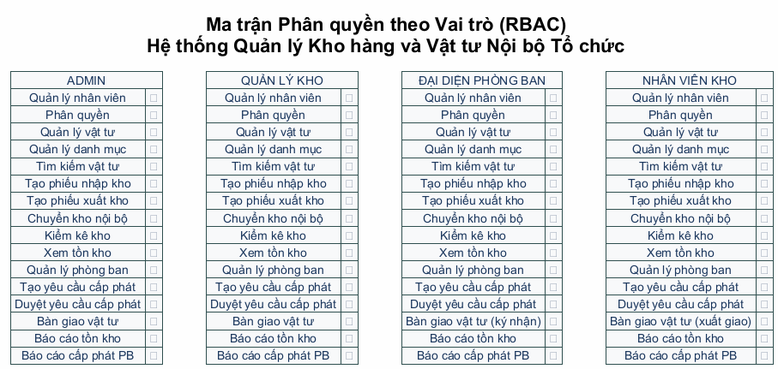
Before: BTL-QuanLyKhoHang/diagrams/functional-model-rbac-matrix.png, a diagram exported from PlantUML (vuhoabinh2416137/G8_Quanlysanphamvakhohang).
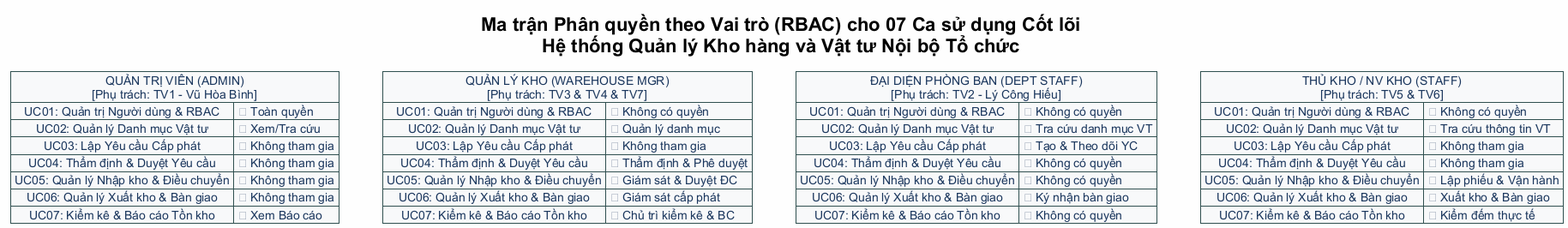
Above is the later version.

The edit, as a diff of the source:
```diff
@@ -3,7 +3,7 @@
 skinparam defaultFontName "Arial"
 skinparam backgroundColor #FEFEFE
 
-title Ma trận Phân quyền theo Vai trò (RBAC)\nHệ thống Quản lý Kho hàng và Vật tư Nội bộ Tổ chức
+title Ma trận Phân quyền theo Vai trò (RBAC) cho 07 Ca sử dụng Cốt lõi\nHệ thống Quản lý Kho hàng và Vật tư Nội bộ Tổ chức
 
 skinparam map {
     BackgroundColor #F8F9FA
@@ -11,80 +11,44 @@
     BorderColor #2F4F4F
 }
 
-map "ADMIN" as admin {
-    Quản lý nhân viên => ✅
-    Phân quyền => ✅
-    Quản lý vật tư => ✅
-    Quản lý danh mục => ✅
-    Tìm kiếm vật tư => ✅
-    Tạo phiếu nhập kho => ❌
-    Tạo phiếu xuất kho => ❌
-    Chuyển kho nội bộ => ❌
-    Kiểm kê kho => ❌
-    Xem tồn kho => ✅
-    Quản lý phòng ban => ✅
-    Tạo yêu cầu cấp phát => ❌
-    Duyệt yêu cầu cấp phát => ❌
-    Bàn giao vật tư => ❌
-    Báo cáo tồn kho => ✅
-    Báo cáo cấp phát PB => ✅
+map "QUẢN TRỊ VIÊN (ADMIN)\n[Phụ trách: TV1 - Vũ Hòa Bình]" as admin {
+    UC01: Quản trị Người dùng & RBAC => ✅ Toàn quyền
+    UC02: Quản lý Danh mục Vật tư => 👁️ Xem/Tra cứu
+    UC03: Lập Yêu cầu Cấp phát => ❌ Không tham gia
+    UC04: Thẩm định & Duyệt Yêu cầu => ❌ Không tham gia
+    UC05: Quản lý Nhập kho & Điều chuyển => ❌ Không tham gia
+    UC06: Quản lý Xuất kho & Bàn giao => ❌ Không tham gia
+    UC07: Kiểm kê & Báo cáo Tồn kho => 👁️ Xem Báo cáo
 }
 
-map "QUẢN LÝ KHO" as qlk {
-    Quản lý nhân viên => ❌
-    Phân quyền => ❌
-    Quản lý vật tư => ✅
-    Quản lý danh mục => ✅
-    Tìm kiếm vật tư => ✅
-    Tạo phiếu nhập kho => ❌
-    Tạo phiếu xuất kho => ❌
-    Chuyển kho nội bộ => ✅
-    Kiểm kê kho => ✅
-    Xem tồn kho => ✅
-    Quản lý phòng ban => ✅
-    Tạo yêu cầu cấp phát => ❌
-    Duyệt yêu cầu cấp phát => ✅
-    Bàn giao vật tư => ❌
-    Báo cáo tồn kho => ✅
-    Báo cáo cấp phát PB => ✅
+map "QUẢN LÝ KHO (WAREHOUSE MGR)\n[Phụ trách: TV3 & TV4 & TV7]" as qlk {
+    UC01: Quản trị Người dùng & RBAC => ❌ Không có quyền
+    UC02: Quản lý Danh mục Vật tư => ✅ Quản lý danh mục
+    UC03: Lập Yêu cầu Cấp phát => ❌ Không tham gia
+    UC04: Thẩm định & Duyệt Yêu cầu => ✅ Thẩm định & Phê duyệt
+    UC05: Quản lý Nhập kho & Điều chuyển => 👁️ Giám sát & Duyệt ĐC
+    UC06: Quản lý Xuất kho & Bàn giao => 👁️ Giám sát cấp phát
+    UC07: Kiểm kê & Báo cáo Tồn kho => ✅ Chủ trì kiểm kê & BC
 }
 
-map "ĐẠI DIỆN PHÒNG BAN" as pb {
-    Quản lý nhân viên => ❌
-    Phân quyền => ❌
-    Quản lý vật tư => ❌
-    Quản lý danh mục => ❌
-    Tìm kiếm vật tư => ✅
-    Tạo phiếu nhập kho => ❌
-    Tạo phiếu xuất kho => ❌
-    Chuyển kho nội bộ => ❌
-    Kiểm kê kho => ❌
-    Xem tồn kho => ❌
-    Quản lý phòng ban => ❌
-    Tạo yêu cầu cấp phát => ✅
-    Duyệt yêu cầu cấp phát => ❌
-    Bàn giao vật tư (ký nhận) => ✅
-    Báo cáo tồn kho => ❌
-    Báo cáo cấp phát PB => ❌
+map "ĐẠI DIỆN PHÒNG BAN (DEPT STAFF)\n[Phụ trách: TV2 - Lý Công Hiếu]" as pb {
+    UC01: Quản trị Người dùng & RBAC => ❌ Không có quyền
+    UC02: Quản lý Danh mục Vật tư => 👁️ Tra cứu danh mục VT
+    UC03: Lập Yêu cầu Cấp phát => ✅ Tạo & Theo dõi YC
+    UC04: Thẩm định & Duyệt Yêu cầu => ❌ Không có quyền
+    UC05: Quản lý Nhập kho & Điều chuyển => ❌ Không có quyền
+    UC06: Quản lý Xuất kho & Bàn giao => ✍️ Ký nhận bàn giao
+    UC07: Kiểm kê & Báo cáo Tồn kho => ❌ Không có quyền
 }
 
-map "NHÂN VIÊN KHO" as nvk {
-    Quản lý nhân viên => ❌
-    Phân quyền => ❌
-    Quản lý vật tư => ❌
-    Quản lý danh mục => ❌
-    Tìm kiếm vật tư => ✅
-    Tạo phiếu nhập kho => ✅
-    Tạo phiếu xuất kho => ✅
-    Chuyển kho nội bộ => ❌
-    Kiểm kê kho => ✅
-    Xem tồn kho => ✅
-    Quản lý phòng ban => ❌
-    Tạo yêu cầu cấp phát => ❌
-    Duyệt yêu cầu cấp phát => ❌
-    Bàn giao vật tư (xuất giao) => ✅
-    Báo cáo tồn kho => ❌
-    Báo cáo cấp phát PB => ❌
+map "THỦ KHO / NV KHO (STAFF)\n[Phụ trách: TV5 & TV6]" as nvk {
+    UC01: Quản trị Người dùng & RBAC => ❌ Không có quyền
+    UC02: Quản lý Danh mục Vật tư => 👁️ Tra cứu thông tin VT
+    UC03: Lập Yêu cầu Cấp phát => ❌ Không tham gia
+    UC04: Thẩm định & Duyệt Yêu cầu => ❌ Không tham gia
+    UC05: Quản lý Nhập kho & Điều chuyển => ✅ Lập phiếu & Vận hành
+    UC06: Quản lý Xuất kho & Bàn giao => ✅ Xuất kho & Bàn giao
+    UC07: Kiểm kê & Báo cáo Tồn kho => 📝 Kiểm đếm thực tế
 }
 
 admin -[hidden]right- qlk
```
